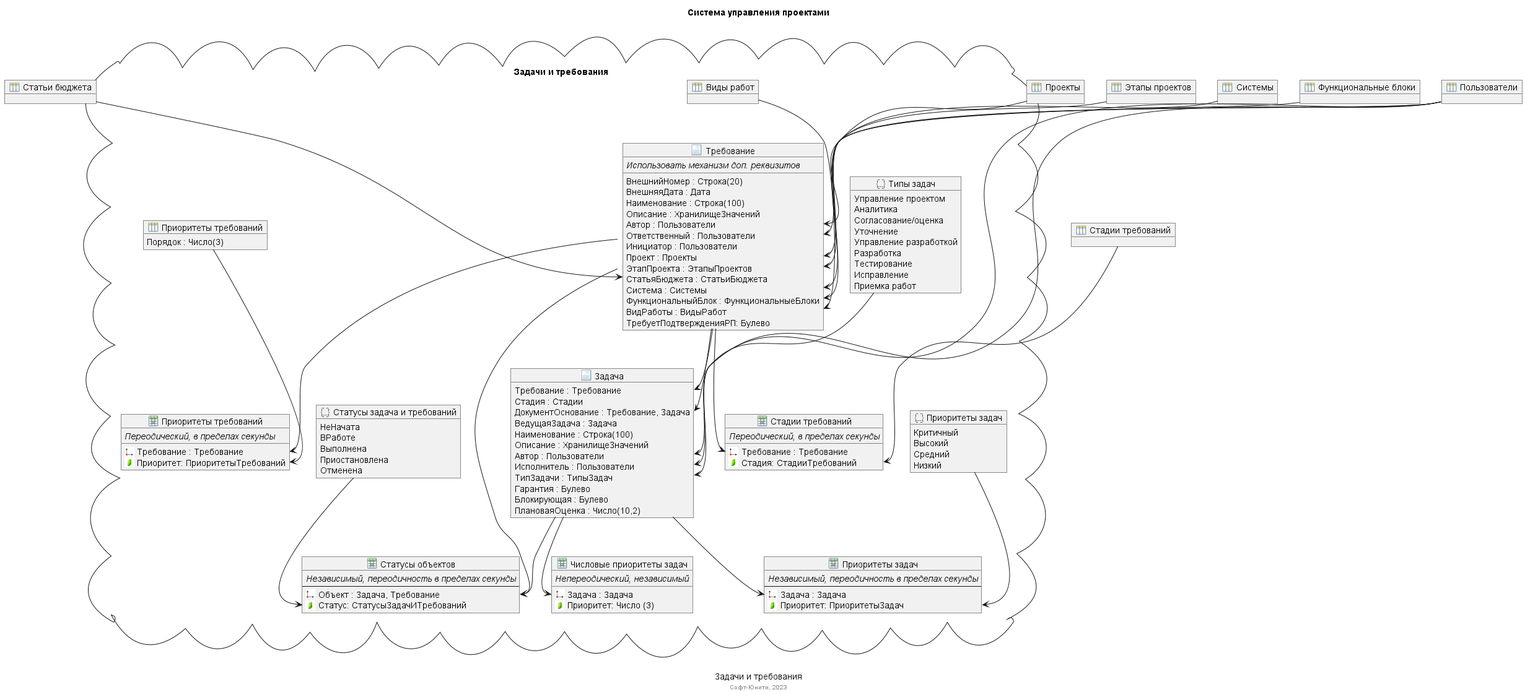
medm86/SUP keeps this PlantUML diagram as out/Требования и задачи/Требования и задачи.png. Above is the earlier version. Source of this version:
```plantuml
@startuml

!include /1ce-icons-for-plantuml/dist/common.puml
!include /1ce-icons-for-plantuml/dist/all.puml

title Система управления проектами
caption Задачи и требования
footer Софт-Юнити, 2023

_Справочник(СтатьиБюджета, "Статьи бюджета")
_Справочник(Системы, "Системы")
_Справочник(ФункциональныеБлоки, "Функциональные блоки")
_Справочник(Проекты, "Проекты")
_Справочник(ЭтапыПроектов, "Этапы проектов")
_Справочник(Пользователи, "Пользователи")
_Справочник(СтадииТребований, "Стадии требований")

package "Задачи и требования" <<Cloud>> {

    _Перечисление(ТипыЗадач, "Типы задач") {
        Управление проектом
        Аналитика
        Согласование/оценка
        Уточнение
        Управление разработкой
        Разработка
        Тестирование
        Исправление
        Приемка работ
    }
    _Перечисление(ПриоритетыЗадач, "Приоритеты задач") {
        Критичный
        Высокий
        Средний
        Низкий
    }

    _Перечисление(СтатусыЗадачИТребований, "Статусы задача и требований") {
        НеНачата
        ВРаботе
        Выполнена
        Приостановлена
        Отменена
    }
    _Справочник(ВидыРабот, "Виды работ")


    _Справочник(ПриоритетыТребований, "Приоритеты требований") {
        Порядок : Число(3)
    }

    _Документ(Требование, "Требование"){
        {abstract} Использовать механизм доп. реквизитов
        __
        ВнешнийНомер : Строка(20)
        ВнешняяДата : Дата
        Наименование : Строка(100)
        Описание : ХранилищеЗначений
        Автор : Пользователи
        Ответственный : Пользователи
        Инициатор : Пользователи
        Проект : Проекты
        ЭтапПроекта : ЭтапыПроектов
        СтатьяБюджета : СтатьиБюджета
        Система : Системы
        ФункциональныйБлок : ФункциональныеБлоки
        ВидРаботы : ВидыРабот
        ТребуетПодтвержденияРП: Булево
    }
    ФункциональныеБлоки --> Требование::ФункциональныйБлок
    Пользователи --> Требование::Автор
    Пользователи --> Требование::Ответственный
    Проекты --> Требование::Проект
    ЭтапыПроектов --> Требование::ЭтапПроекта
    СтатьиБюджета --> Требование::СтатьяБюджета
    Системы --> Требование::Система
    ВидыРабот --> Требование::ВидРаботы

    _РегистрСведений(_СтадииТребований, "Стадии требований") {
        {abstract} Переодический, в пределах секунды
        __
        <$d> Требование : Требование
        <$r> Стадия: СтадииТребований
    }
    Требование --> _СтадииТребований::Требование
    СтадииТребований --> _СтадииТребований::Стадия

    _РегистрСведений(_ПриоритетыТребований, "Приоритеты требований") {
        {abstract} Переодический, в пределах секунды
        __
        <$d> Требование : Требование
        <$r> Приоритет: ПриоритетыТребований
    }
    Требование --> _ПриоритетыТребований::Требование
    ПриоритетыТребований --> _ПриоритетыТребований::Приоритет

    _Документ(Задача, "Задача") {
        Требование : Требование
        Стадия : Стадии
        ДокументОснование : Требование, Задача
        ВедущаяЗадача : Задача
        Наименование : Строка(100)
        Описание : ХранилищеЗначений
        Автор : Пользователи
        Исполнитель : Пользователи
        ТипЗадачи : ТипыЗадач
        Гарантия : Булево
        Блокирующая : Булево
        ПлановаяОценка : Число(10,2)
    }
    Пользователи --> Задача::Автор
    Пользователи --> Задача::Исполнитель
    Требование --> Задача::Требование
    Требование --> Задача::ДокументОснование
    ТипыЗадач --> Задача::ТипЗадачи

    _РегистрСведений(_ПриоритетыЗадач, "Приоритеты задач") {
        {abstract} Независимый, переодичность в пределах секунды
        --
        <$d> Задача : Задача
        <$r> Приоритет: ПриоритетыЗадач
    }
    Задача --> _ПриоритетыЗадач::Задача
    ПриоритетыЗадач --> _ПриоритетыЗадач::Приоритет

    _РегистрСведений(СтатусыОбъектов, "Статусы объектов") {
        {abstract} Независимый, переодичность в пределах секунды
        --
        <$d> Объект : Задача, Требование
        <$r> Статус: СтатусыЗадачИТребований
    }
    Задача --> СтатусыОбъектов::Объект
    Требование --> СтатусыОбъектов::Объект
    СтатусыЗадачИТребований --> СтатусыОбъектов::Статус

    _РегистрСведений(ЧисловыеПриоритетыЗадач, "Числовые приоритеты задач"){
        {abstract} Непереодический, независимый
        __
        <$d> Задача : Задача
        <$r> Приоритет: Число (3)
    }

    Задача --> ЧисловыеПриоритетыЗадач::Задача
}

@enduml
```
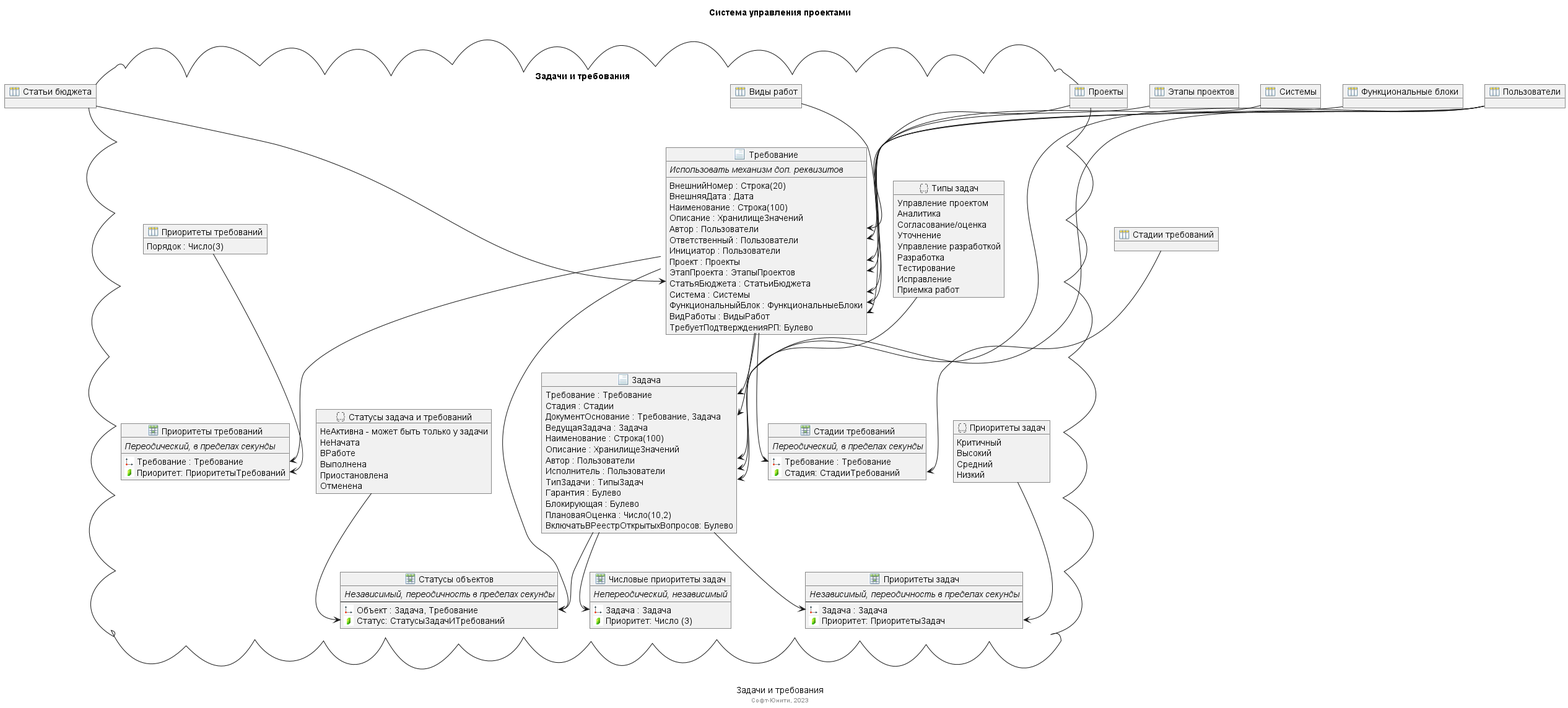
Later version of the same file.

The edit, as a diff of the source:
```diff
@@ -36,6 +36,7 @@
     }
 
     _Перечисление(СтатусыЗадачИТребований, "Статусы задача и требований") {
+        НеАктивна - может быть только у задачи
         НеНачата
         ВРаботе
         Выполнена
@@ -107,6 +108,7 @@
         Гарантия : Булево
         Блокирующая : Булево
         ПлановаяОценка : Число(10,2)
+        ВключатьВРеестрОткрытыхВопросов: Булево
     }
     Пользователи --> Задача::Автор
     Пользователи --> Задача::Исполнитель
```
